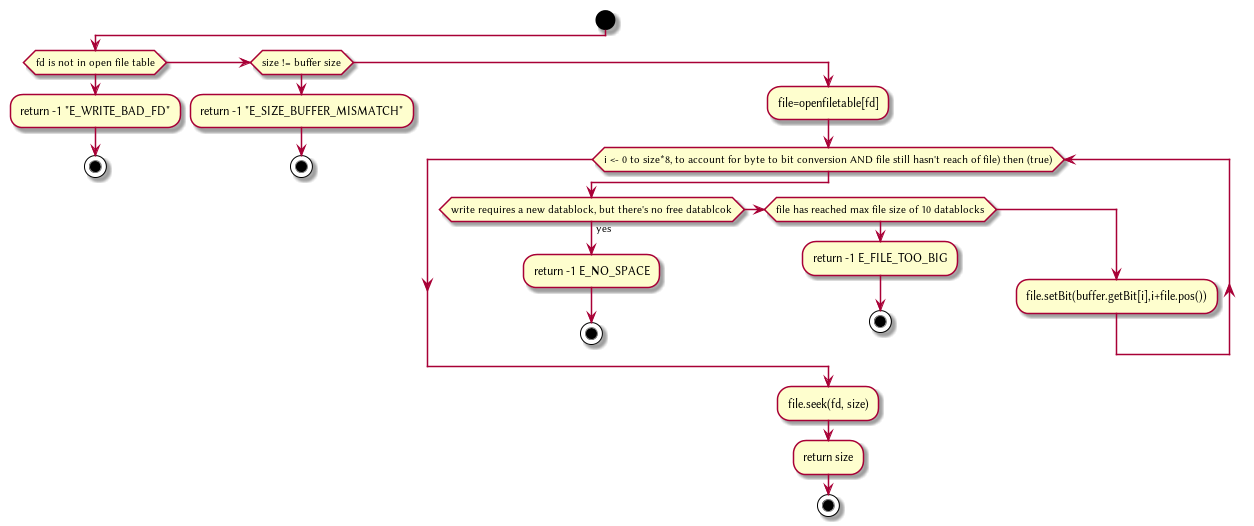
Above: Plant/FileWrite.png in HawaiinPizza/CIS-450-final-project (PlantUML), before the change. Source of this version:
```plantuml
@startuml
start
   if(fd is not in open file table)
	   :return -1 "E_WRITE_BAD_FD";
	   stop
   elseif (size != buffer size)
	   :return -1 "E_SIZE_BUFFER_MISMATCH";
	   stop
   else
	   :file=openfiletable[fd];
	   while (i <- 0 to size*8, to account for byte to bit conversion AND file still hasn't reach of file) then (true))
		   if(write requires a new datablock, but there's no free datablcok) then (yes)
			   :return -1 E_NO_SPACE;
			   stop
		   elseif (file has reached max file size of 10 datablocks)
			   :return -1 E_FILE_TOO_BIG;
			   stop
		   else
			   :file.setBit(buffer.getBit[i],i+file.pos());
		   endif

	   endwhile
	   :file.seek(fd, size);
	   :return size;
	   stop

   endif
   @enduml
```
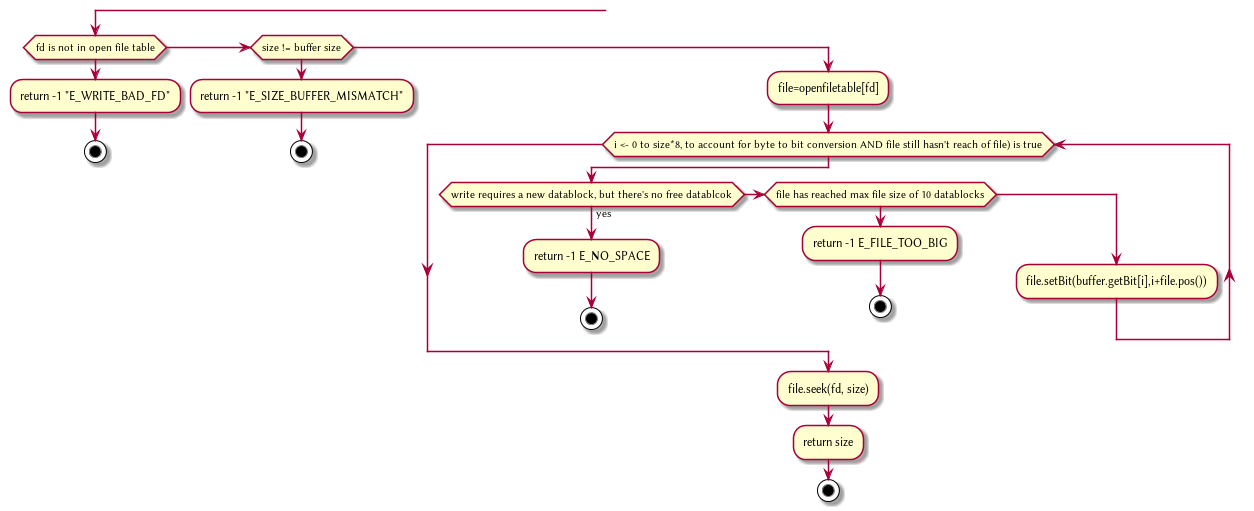
After the change.

The edit, as a diff of the source:
```diff
@@ -1,5 +1,4 @@
 @startuml
-start
    if(fd is not in open file table)
 	   :return -1 "E_WRITE_BAD_FD";
 	   stop
@@ -8,7 +7,7 @@
 	   stop
    else
 	   :file=openfiletable[fd];
-	   while (i <- 0 to size*8, to account for byte to bit conversion AND file still hasn't reach of file) then (true))
+	   while (i <- 0 to size*8, to account for byte to bit conversion AND file still hasn't reach of file) is true)
 		   if(write requires a new datablock, but there's no free datablcok) then (yes)
 			   :return -1 E_NO_SPACE;
 			   stop
```
